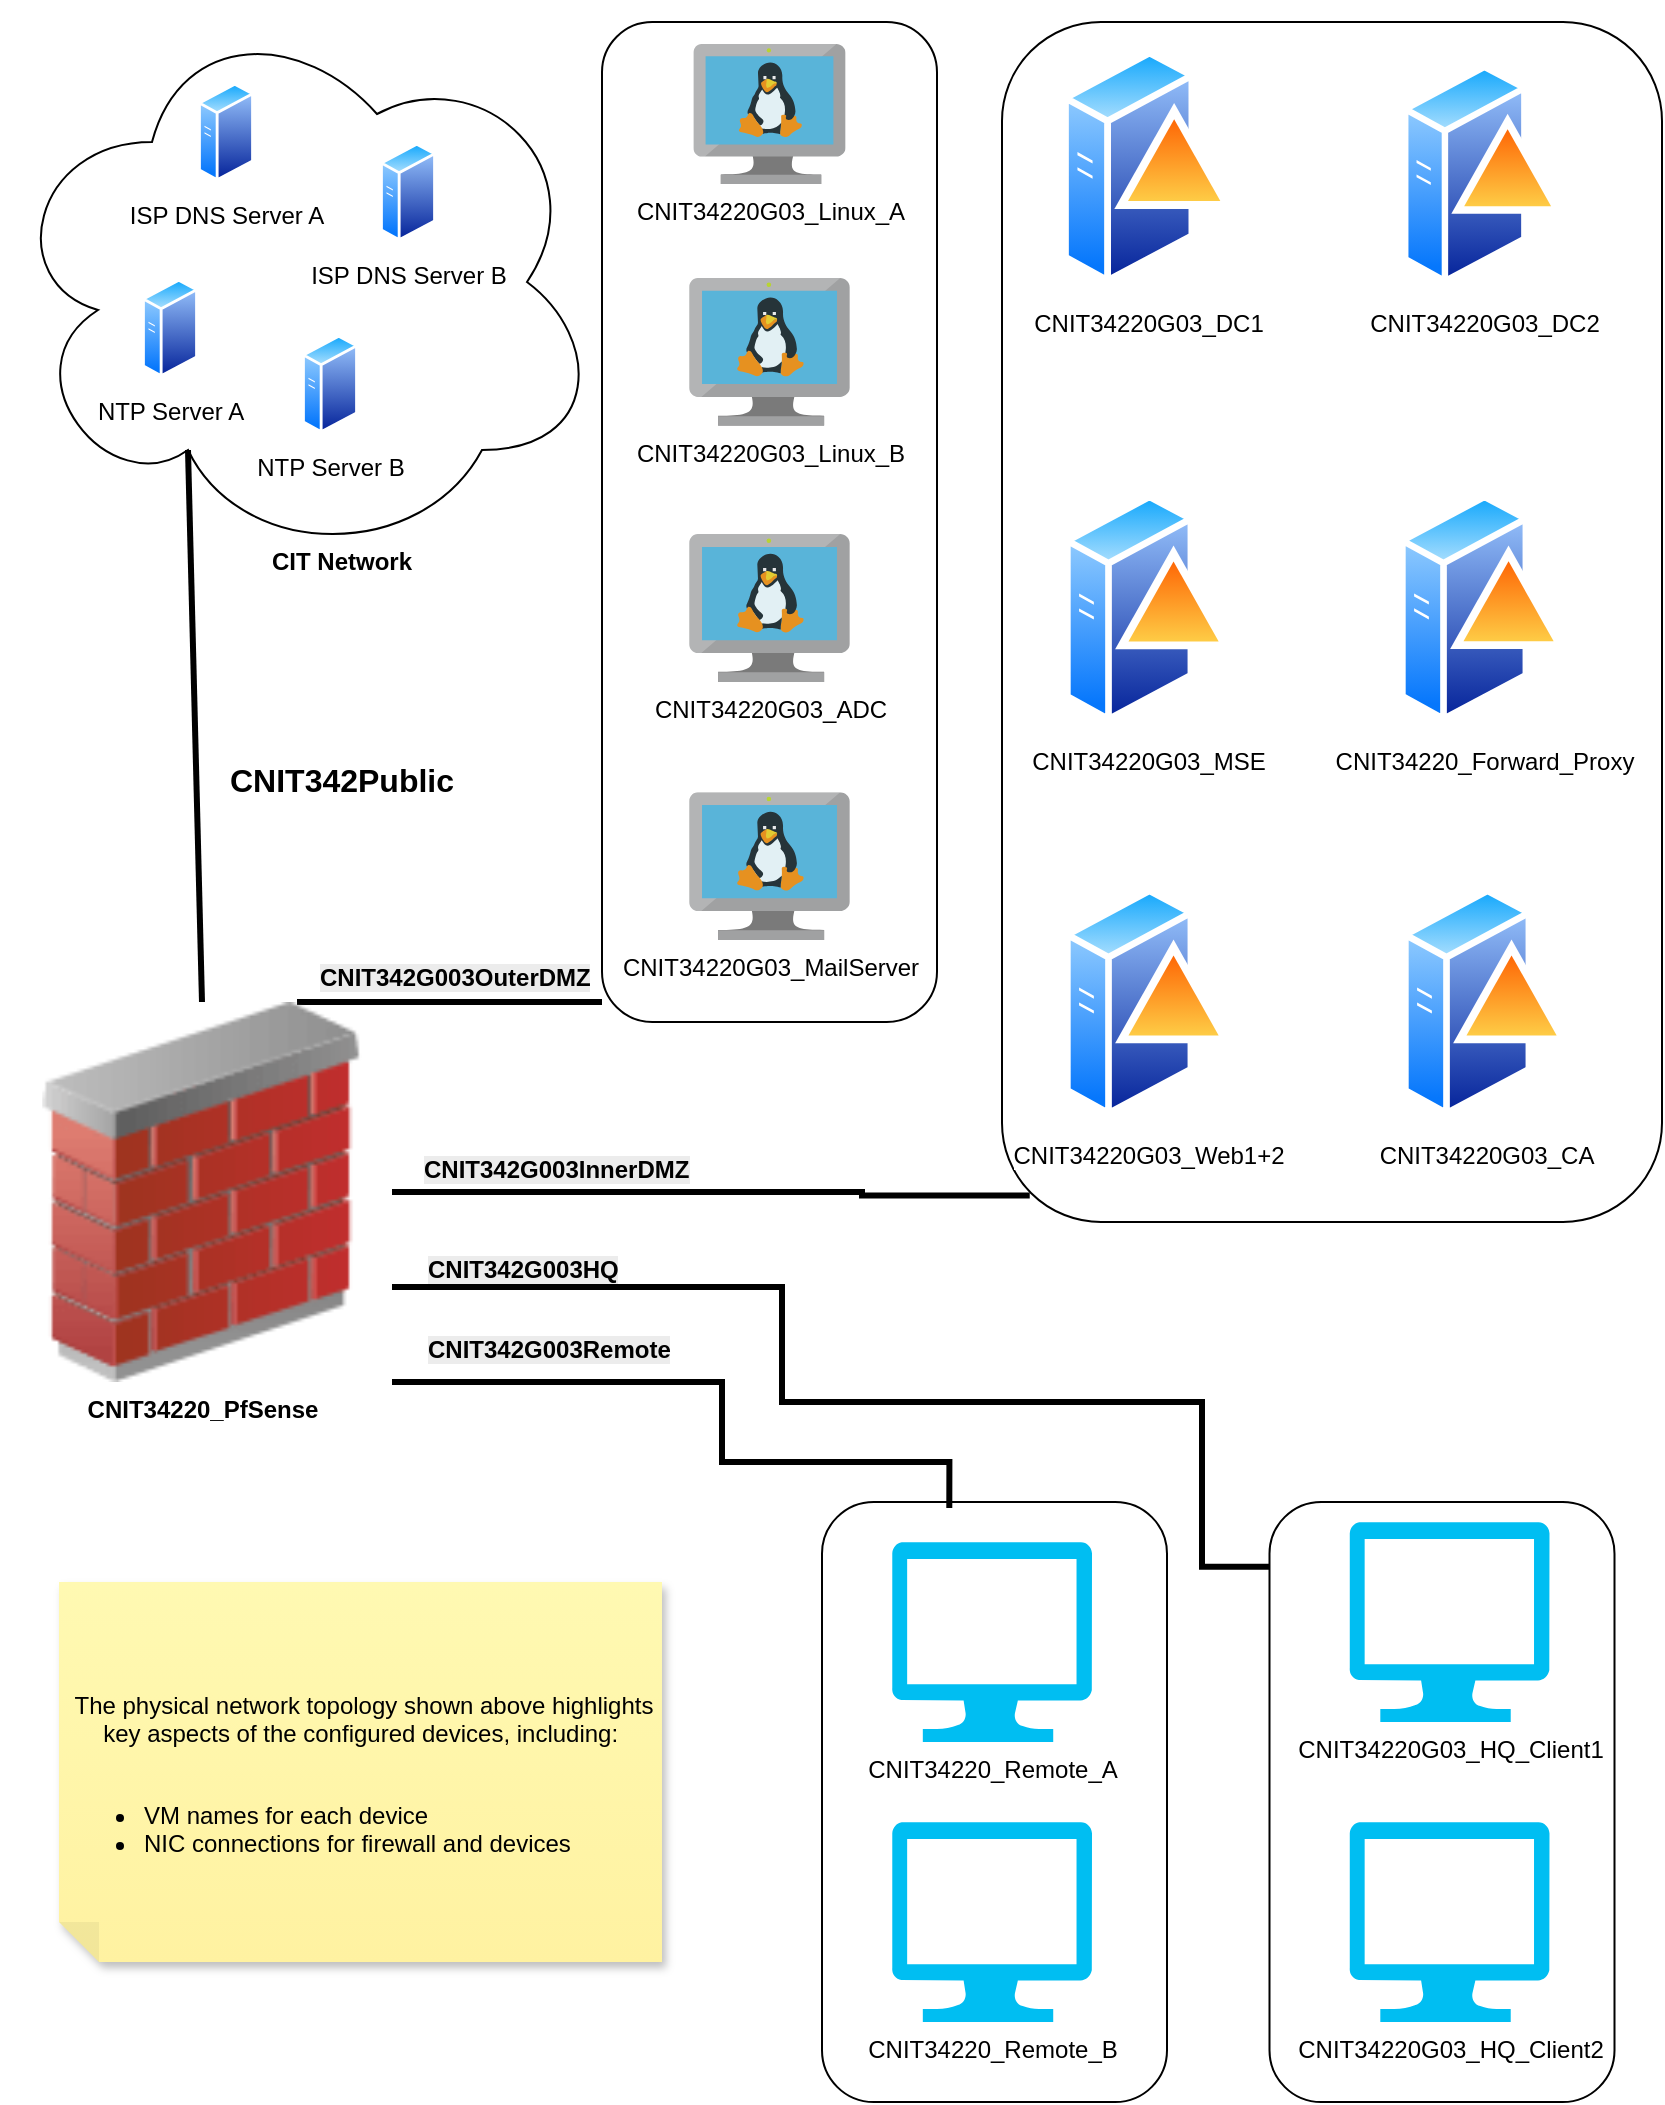
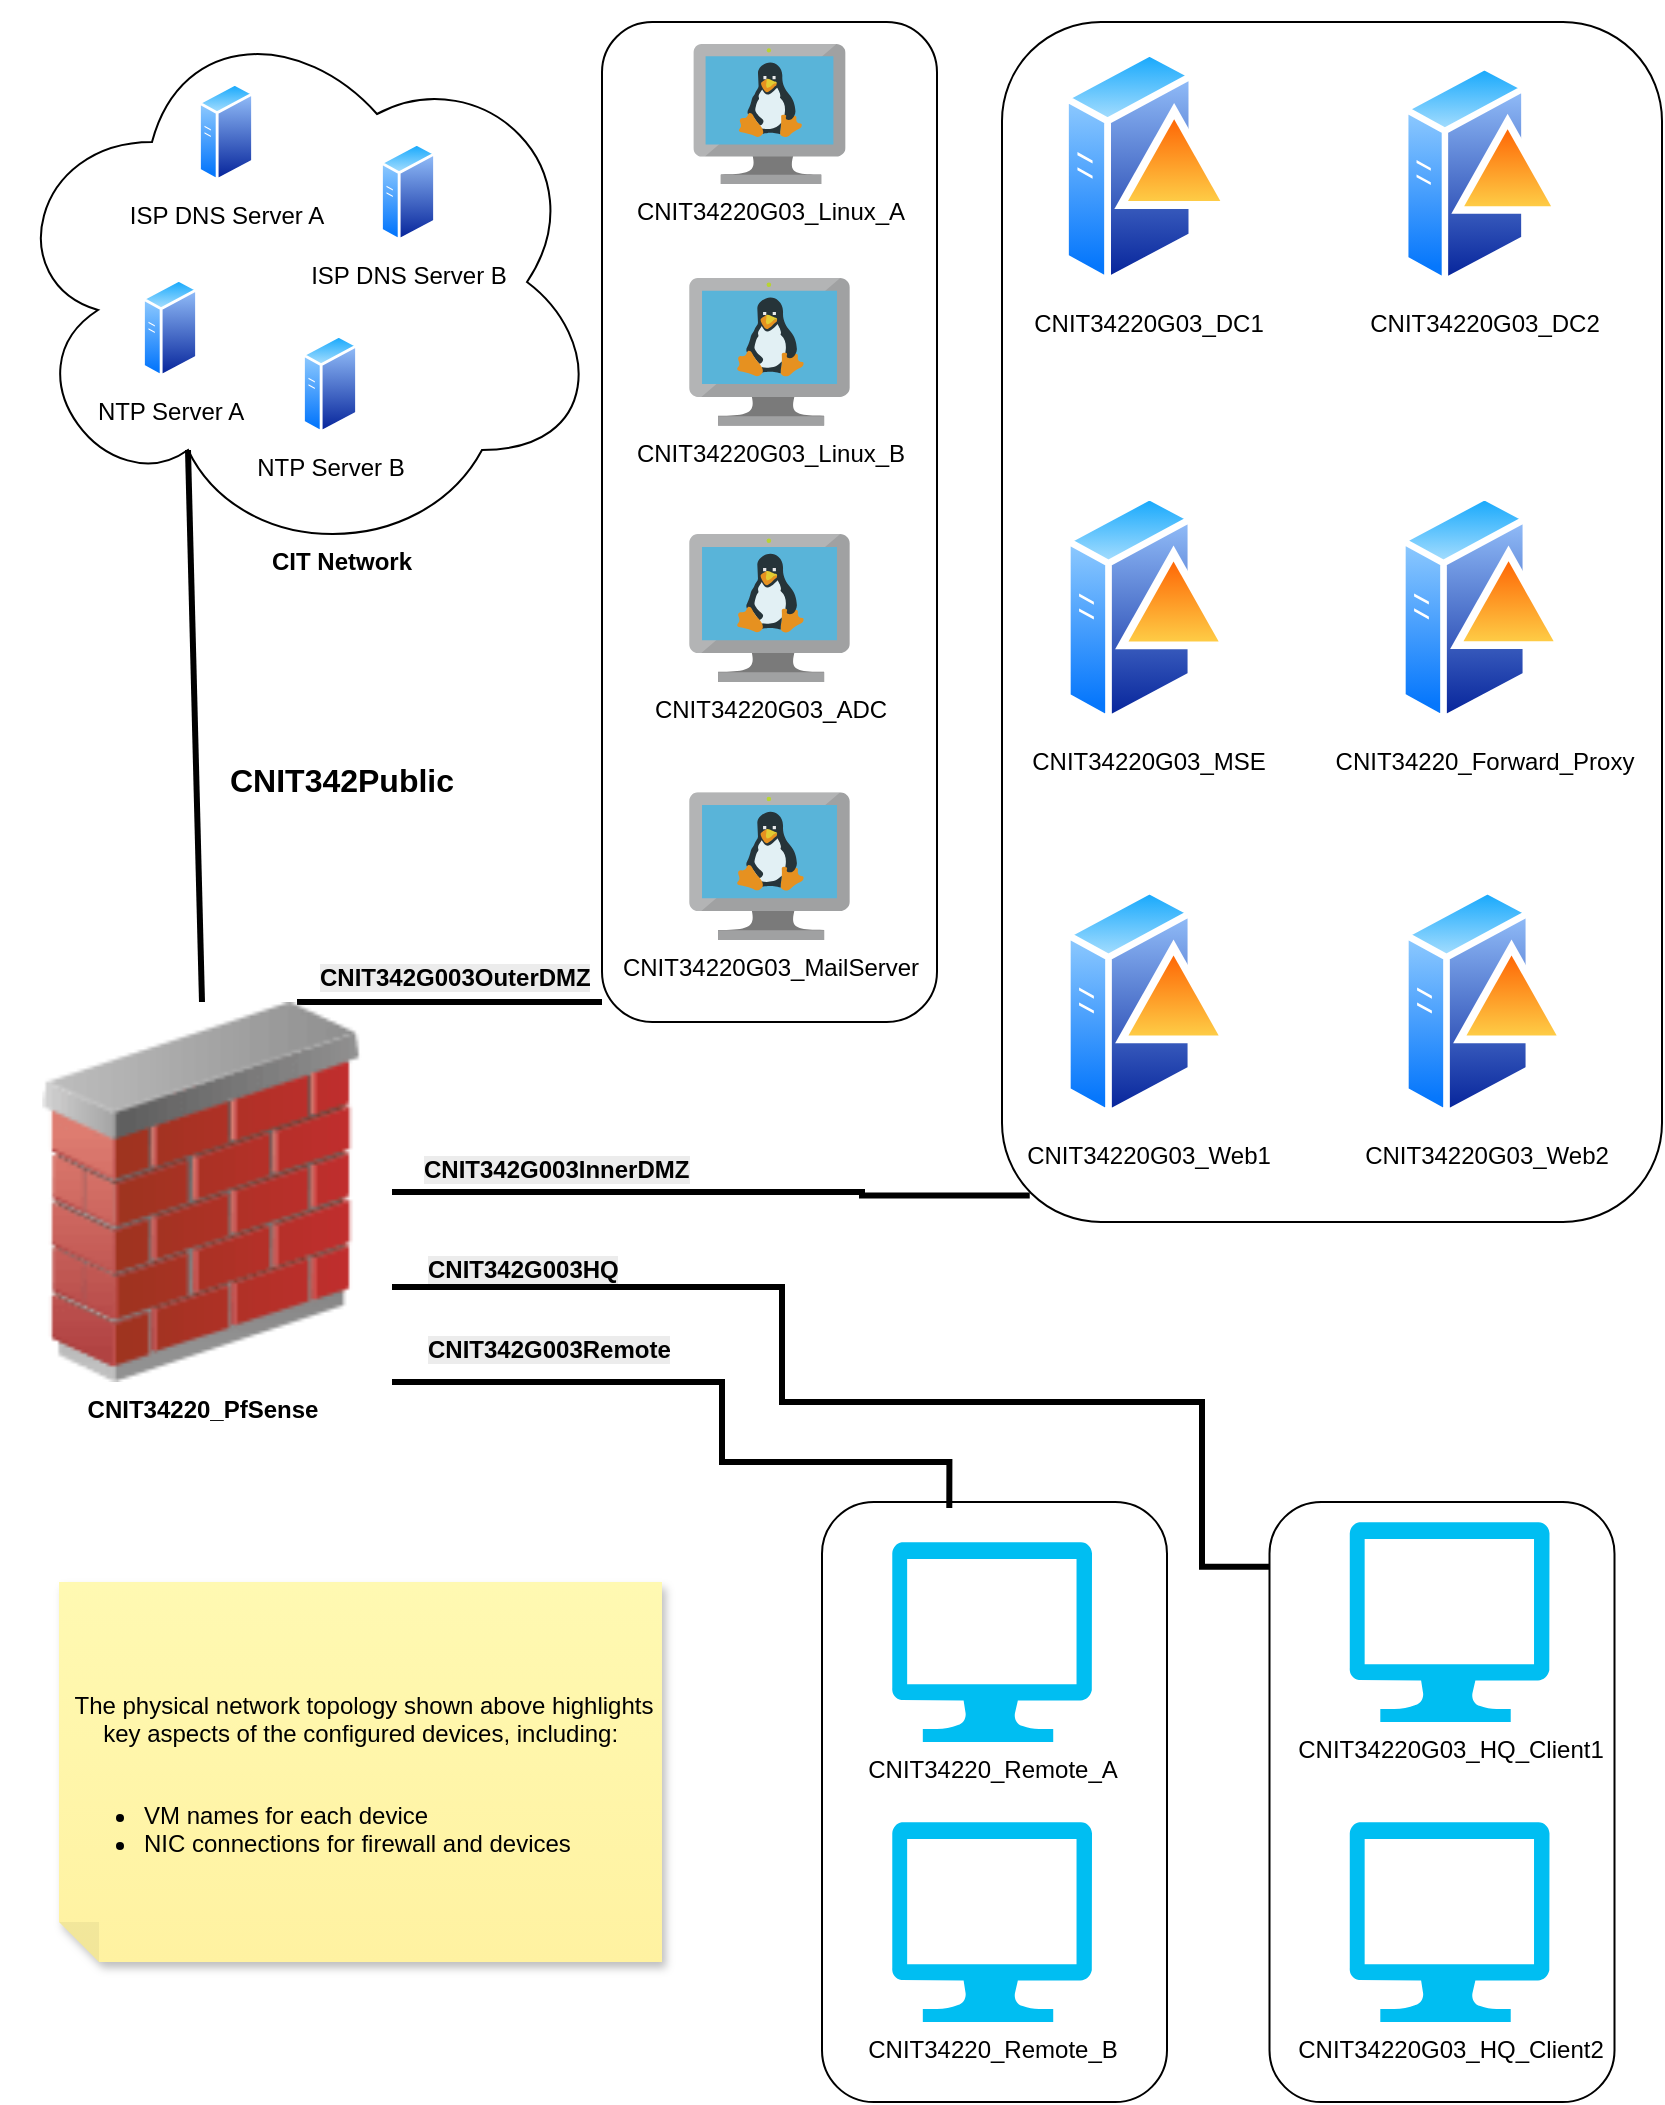
<mxfile host="app.diagrams.net" agent="Mozilla/5.0 (Windows NT 10.0; Win64; x64) AppleWebKit/537.36 (KHTML, like Gecko) Chrome/146.0.0.0 Safari/537.36">
  <diagram name="Page-1" id="LLxXh8Bos9mLMzlW9-cS">
    <mxGraphModel dx="900" dy="1122" grid="1" gridSize="10" guides="1" tooltips="1" connect="1" arrows="1" fold="1" page="1" pageScale="1" pageWidth="850" pageHeight="1100" math="0" shadow="0">
      <root>
        <mxCell id="0" />
        <mxCell id="1" parent="0" />
        <mxCell id="KjMrdtRbTa5HV9kNTz-4-63" parent="1" style="ellipse;shape=cloud;whiteSpace=wrap;html=1;fillColor=none;" value="" vertex="1">
          <mxGeometry height="280" width="300" as="geometry" />
        </mxCell>
        <mxCell id="KjMrdtRbTa5HV9kNTz-4-50" parent="1" style="rounded=1;whiteSpace=wrap;html=1;fillColor=none;" value="" vertex="1">
          <mxGeometry height="300" width="172.5" x="633.75" y="750" as="geometry" />
        </mxCell>
        <mxCell id="KjMrdtRbTa5HV9kNTz-4-51" parent="1" style="rounded=1;whiteSpace=wrap;html=1;fillColor=none;" value="" vertex="1">
          <mxGeometry height="300" width="172.5" x="410" y="750" as="geometry" />
        </mxCell>
        <mxCell id="KjMrdtRbTa5HV9kNTz-4-48" parent="1" style="rounded=1;whiteSpace=wrap;html=1;fillColor=none;" value="" vertex="1">
          <mxGeometry height="500" width="167.5" x="300" y="10" as="geometry" />
        </mxCell>
        <mxCell id="KjMrdtRbTa5HV9kNTz-4-49" parent="1" style="rounded=1;whiteSpace=wrap;html=1;fillColor=none;" value="" vertex="1">
          <mxGeometry height="600" width="330" x="500" y="10" as="geometry" />
        </mxCell>
        <mxCell id="KjMrdtRbTa5HV9kNTz-4-23" parent="1" style="image;aspect=fixed;perimeter=ellipsePerimeter;html=1;align=center;shadow=0;dashed=0;spacingTop=3;image=img/lib/active_directory/domain_controller.svg;" value="CNIT34220G03_DC1" vertex="1">
          <mxGeometry height="122.86" width="86" x="530" y="21" as="geometry" />
        </mxCell>
        <mxCell id="KjMrdtRbTa5HV9kNTz-4-24" parent="1" style="image;aspect=fixed;perimeter=ellipsePerimeter;html=1;align=center;shadow=0;dashed=0;spacingTop=3;image=img/lib/active_directory/domain_controller.svg;" value="CNIT34220G03_DC2" vertex="1">
          <mxGeometry height="115.72" width="81" x="700" y="28.139999999999972" as="geometry" />
        </mxCell>
        <mxCell id="KjMrdtRbTa5HV9kNTz-4-25" parent="1" style="verticalLabelPosition=bottom;html=1;verticalAlign=top;align=center;strokeColor=none;fillColor=#00BEF2;shape=mxgraph.azure.computer;pointerEvents=1;" value="CNIT34220_Remote_A" vertex="1">
          <mxGeometry height="100" width="100" x="445" y="770" as="geometry" />
        </mxCell>
        <mxCell id="KjMrdtRbTa5HV9kNTz-4-26" parent="1" style="verticalLabelPosition=bottom;html=1;verticalAlign=top;align=center;strokeColor=none;fillColor=#00BEF2;shape=mxgraph.azure.computer;pointerEvents=1;" value="CNIT34220_Remote_B" vertex="1">
          <mxGeometry height="100" width="100" x="445" y="910" as="geometry" />
        </mxCell>
        <mxCell id="KjMrdtRbTa5HV9kNTz-4-27" parent="1" style="verticalLabelPosition=bottom;html=1;verticalAlign=top;align=center;strokeColor=none;fillColor=#00BEF2;shape=mxgraph.azure.computer;pointerEvents=1;" value="CNIT34220G03_HQ_Client1" vertex="1">
          <mxGeometry height="100" width="100" x="673.75" y="760" as="geometry" />
        </mxCell>
        <mxCell id="KjMrdtRbTa5HV9kNTz-4-28" parent="1" style="verticalLabelPosition=bottom;html=1;verticalAlign=top;align=center;strokeColor=none;fillColor=#00BEF2;shape=mxgraph.azure.computer;pointerEvents=1;" value="CNIT34220G03_HQ_Client2" vertex="1">
          <mxGeometry height="100" width="100" x="673.75" y="910" as="geometry" />
        </mxCell>
        <mxCell id="KjMrdtRbTa5HV9kNTz-4-32" parent="1" style="image;sketch=0;aspect=fixed;html=1;points=[];align=center;fontSize=12;image=img/lib/mscae/VM_Linux.svg;" value="CNIT34220G03_Linux_A" vertex="1">
          <mxGeometry height="70" width="76.08" x="345.71" y="21" as="geometry" />
        </mxCell>
        <mxCell id="KjMrdtRbTa5HV9kNTz-4-33" parent="1" style="image;sketch=0;aspect=fixed;html=1;points=[];align=center;fontSize=12;image=img/lib/mscae/VM_Linux.svg;fontStyle=1" value="&lt;span style=&quot;font-weight: 400;&quot;&gt;CNIT34220G03_MailServer&lt;/span&gt;" vertex="1">
          <mxGeometry height="73.9" width="80.32" x="343.59" y="395.09999999999997" as="geometry" />
        </mxCell>
        <mxCell id="KjMrdtRbTa5HV9kNTz-4-36" edge="1" parent="1" source="KjMrdtRbTa5HV9kNTz-4-40" style="edgeStyle=orthogonalEdgeStyle;rounded=0;orthogonalLoop=1;jettySize=auto;html=1;exitX=0.75;exitY=0;exitDx=0;exitDy=0;endArrow=none;endFill=0;strokeWidth=3;">
          <mxGeometry relative="1" as="geometry">
            <Array as="points">
              <mxPoint x="300" y="500" />
              <mxPoint x="300" y="500" />
            </Array>
            <mxPoint x="300" y="500" as="targetPoint" />
          </mxGeometry>
        </mxCell>
        <mxCell id="KjMrdtRbTa5HV9kNTz-4-37" edge="1" parent="1" source="KjMrdtRbTa5HV9kNTz-4-40" style="edgeStyle=orthogonalEdgeStyle;rounded=0;orthogonalLoop=1;jettySize=auto;html=1;entryX=0.042;entryY=0.978;entryDx=0;entryDy=0;endArrow=none;endFill=0;strokeWidth=3;exitX=1;exitY=0.5;exitDx=0;exitDy=0;entryPerimeter=0;" target="KjMrdtRbTa5HV9kNTz-4-49">
          <mxGeometry relative="1" as="geometry">
            <Array as="points">
              <mxPoint x="430" y="595" />
              <mxPoint x="430" y="597" />
            </Array>
            <mxPoint x="220" y="488" as="sourcePoint" />
            <mxPoint x="607.5" y="392.5000000000002" as="targetPoint" />
          </mxGeometry>
        </mxCell>
        <mxCell id="KjMrdtRbTa5HV9kNTz-4-38" edge="1" parent="1" source="KjMrdtRbTa5HV9kNTz-4-40" style="edgeStyle=orthogonalEdgeStyle;rounded=0;orthogonalLoop=1;jettySize=auto;html=1;exitX=1;exitY=0.75;exitDx=0;exitDy=0;entryX=0;entryY=0.108;entryDx=0;entryDy=0;endArrow=none;endFill=0;strokeWidth=3;entryPerimeter=0;" target="KjMrdtRbTa5HV9kNTz-4-50">
          <mxGeometry relative="1" as="geometry">
            <Array as="points">
              <mxPoint x="390" y="643" />
              <mxPoint x="390" y="700" />
              <mxPoint x="600" y="700" />
              <mxPoint x="600" y="782" />
            </Array>
            <mxPoint x="617.5" y="682.4999999999998" as="targetPoint" />
          </mxGeometry>
        </mxCell>
        <mxCell id="KjMrdtRbTa5HV9kNTz-4-39" edge="1" parent="1" source="KjMrdtRbTa5HV9kNTz-4-40" style="edgeStyle=orthogonalEdgeStyle;rounded=0;orthogonalLoop=1;jettySize=auto;html=1;exitX=1;exitY=1;exitDx=0;exitDy=0;entryX=0.369;entryY=0.01;entryDx=0;entryDy=0;endArrow=none;endFill=0;strokeWidth=3;entryPerimeter=0;" target="KjMrdtRbTa5HV9kNTz-4-51">
          <mxGeometry relative="1" as="geometry">
            <Array as="points">
              <mxPoint x="360" y="690" />
              <mxPoint x="360" y="730" />
              <mxPoint x="474" y="730" />
            </Array>
            <mxPoint x="345" y="719.9999999999998" as="targetPoint" />
          </mxGeometry>
        </mxCell>
        <mxCell id="KjMrdtRbTa5HV9kNTz-4-40" parent="1" style="image;html=1;image=img/lib/clip_art/networking/Firewall_02_128x128.png" value="&lt;b&gt;CNIT34220_PfSense&lt;/b&gt;" vertex="1">
          <mxGeometry height="190" width="190" x="5" y="500" as="geometry" />
        </mxCell>
        <mxCell id="KjMrdtRbTa5HV9kNTz-4-54" parent="1" style="text;whiteSpace=wrap;html=1;" value="&lt;b style=&quot;forced-color-adjust: none; color: rgb(0, 0, 0); font-family: Helvetica; font-size: 12px; font-style: normal; font-variant-ligatures: normal; font-variant-caps: normal; letter-spacing: normal; orphans: 2; text-align: center; text-indent: 0px; text-transform: none; widows: 2; word-spacing: 0px; -webkit-text-stroke-width: 0px; white-space: normal; background-color: rgb(236, 236, 236); text-decoration-thickness: initial; text-decoration-style: initial; text-decoration-color: initial;&quot;&gt;CNIT342G003OuterDMZ&lt;/b&gt;" vertex="1">
          <mxGeometry height="40" width="100" x="156.5" y="474" as="geometry" />
        </mxCell>
        <mxCell id="KjMrdtRbTa5HV9kNTz-4-55" parent="1" style="text;whiteSpace=wrap;html=1;" value="&lt;b style=&quot;forced-color-adjust: none; color: rgb(0, 0, 0); font-family: Helvetica; font-size: 12px; font-style: normal; font-variant-ligatures: normal; font-variant-caps: normal; letter-spacing: normal; orphans: 2; text-align: center; text-indent: 0px; text-transform: none; widows: 2; word-spacing: 0px; -webkit-text-stroke-width: 0px; white-space: normal; background-color: rgb(236, 236, 236); text-decoration-thickness: initial; text-decoration-style: initial; text-decoration-color: initial;&quot;&gt;CNIT342G003InnerDMZ&lt;/b&gt;" vertex="1">
          <mxGeometry height="40" width="100" x="209" y="570" as="geometry" />
        </mxCell>
        <mxCell id="KjMrdtRbTa5HV9kNTz-4-56" parent="1" style="text;whiteSpace=wrap;html=1;" value="&lt;b style=&quot;forced-color-adjust: none; color: rgb(0, 0, 0); font-family: Helvetica; font-size: 12px; font-style: normal; font-variant-ligatures: normal; font-variant-caps: normal; letter-spacing: normal; orphans: 2; text-align: center; text-indent: 0px; text-transform: none; widows: 2; word-spacing: 0px; -webkit-text-stroke-width: 0px; white-space: normal; background-color: rgb(236, 236, 236); text-decoration-thickness: initial; text-decoration-style: initial; text-decoration-color: initial;&quot;&gt;CNIT342G003HQ&lt;/b&gt;" vertex="1">
          <mxGeometry height="40" width="100" x="211" y="620" as="geometry" />
        </mxCell>
        <mxCell id="KjMrdtRbTa5HV9kNTz-4-57" parent="1" style="text;whiteSpace=wrap;html=1;" value="&lt;b style=&quot;forced-color-adjust: none; color: rgb(0, 0, 0); font-family: Helvetica; font-size: 12px; font-style: normal; font-variant-ligatures: normal; font-variant-caps: normal; letter-spacing: normal; orphans: 2; text-align: center; text-indent: 0px; text-transform: none; widows: 2; word-spacing: 0px; -webkit-text-stroke-width: 0px; white-space: normal; background-color: rgb(236, 236, 236); text-decoration-thickness: initial; text-decoration-style: initial; text-decoration-color: initial;&quot;&gt;CNIT342G003Remote&lt;/b&gt;" vertex="1">
          <mxGeometry height="30" width="75" x="211" y="660" as="geometry" />
        </mxCell>
        <mxCell id="KjMrdtRbTa5HV9kNTz-4-60" parent="1" style="image;aspect=fixed;perimeter=ellipsePerimeter;html=1;align=center;shadow=0;dashed=0;spacingTop=3;image=img/lib/active_directory/generic_server.svg;fontStyle=0" value="&lt;span&gt;ISP DNS Server A&lt;/span&gt;" vertex="1">
          <mxGeometry height="50" width="28" x="98" y="40" as="geometry" />
        </mxCell>
        <mxCell id="KjMrdtRbTa5HV9kNTz-4-62" parent="1" style="text;html=1;whiteSpace=wrap;strokeColor=none;fillColor=none;align=center;verticalAlign=middle;rounded=0;" value="&lt;b&gt;CIT Network&lt;/b&gt;" vertex="1">
          <mxGeometry height="30" width="90" x="125" y="265" as="geometry" />
        </mxCell>
        <mxCell id="KjMrdtRbTa5HV9kNTz-4-64" edge="1" parent="1" source="KjMrdtRbTa5HV9kNTz-4-40" style="edgeStyle=none;curved=1;rounded=0;orthogonalLoop=1;jettySize=auto;html=1;exitX=0.5;exitY=0;exitDx=0;exitDy=0;entryX=0.31;entryY=0.8;entryDx=0;entryDy=0;entryPerimeter=0;fontSize=12;startSize=8;endSize=8;strokeWidth=3;endArrow=none;endFill=0;" target="KjMrdtRbTa5HV9kNTz-4-63">
          <mxGeometry relative="1" as="geometry" />
        </mxCell>
        <mxCell id="KjMrdtRbTa5HV9kNTz-4-65" parent="1" style="text;html=1;whiteSpace=wrap;strokeColor=none;fillColor=none;align=center;verticalAlign=middle;rounded=0;fontSize=16;" value="&lt;b&gt;CNIT342Public&lt;/b&gt;" vertex="1">
          <mxGeometry height="60" width="140" x="100" y="358.95" as="geometry" />
        </mxCell>
        <mxCell id="yG8P1Iu5Pt4KOUD89LgE-5" parent="1" style="image;aspect=fixed;perimeter=ellipsePerimeter;html=1;align=center;shadow=0;dashed=0;spacingTop=3;image=img/lib/active_directory/domain_controller.svg;" value="CNIT34220G03_MSE" vertex="1">
          <mxGeometry height="120" width="84" x="531" y="243" as="geometry" />
        </mxCell>
        <mxCell id="yG8P1Iu5Pt4KOUD89LgE-12" parent="1" style="image;sketch=0;aspect=fixed;html=1;points=[];align=center;fontSize=12;image=img/lib/mscae/VM_Linux.svg;fontStyle=1" value="&lt;span style=&quot;font-weight: 400;&quot;&gt;CNIT34220G03_Linux_B&lt;/span&gt;" vertex="1">
          <mxGeometry height="73.9" width="80.32" x="343.59" y="138.00000000000003" as="geometry" />
        </mxCell>
        <mxCell id="yG8P1Iu5Pt4KOUD89LgE-18" parent="1" style="image;aspect=fixed;perimeter=ellipsePerimeter;html=1;align=center;shadow=0;dashed=0;spacingTop=3;image=img/lib/active_directory/generic_server.svg;fontStyle=0" value="&lt;span&gt;ISP DNS Server B&lt;/span&gt;" vertex="1">
          <mxGeometry height="50" width="28" x="189" y="70" as="geometry" />
        </mxCell>
        <mxCell id="yG8P1Iu5Pt4KOUD89LgE-19" parent="1" style="image;aspect=fixed;perimeter=ellipsePerimeter;html=1;align=center;shadow=0;dashed=0;spacingTop=3;image=img/lib/active_directory/generic_server.svg;fontStyle=0" value="NTP Server B" vertex="1">
          <mxGeometry height="50" width="28" x="150" y="166" as="geometry" />
        </mxCell>
        <mxCell id="yG8P1Iu5Pt4KOUD89LgE-20" parent="1" style="image;aspect=fixed;perimeter=ellipsePerimeter;html=1;align=center;shadow=0;dashed=0;spacingTop=3;image=img/lib/active_directory/generic_server.svg;fontStyle=0" value="NTP Server A" vertex="1">
          <mxGeometry height="50" width="28" x="70" y="138" as="geometry" />
        </mxCell>
        <mxCell id="mcOl2xob3SypeuudFTY0-1" parent="1" style="image;sketch=0;aspect=fixed;html=1;points=[];align=center;fontSize=12;image=img/lib/mscae/VM_Linux.svg;fontStyle=1" value="&lt;span style=&quot;font-weight: 400;&quot;&gt;CNIT34220G03_ADC&lt;/span&gt;" vertex="1">
          <mxGeometry height="73.9" width="80.32" x="343.59000000000003" y="266.05" as="geometry" />
        </mxCell>
        <mxCell id="mcOl2xob3SypeuudFTY0-2" parent="1" style="image;aspect=fixed;perimeter=ellipsePerimeter;html=1;align=center;shadow=0;dashed=0;spacingTop=3;image=img/lib/active_directory/domain_controller.svg;" value="CNIT34220_Forward_Proxy" vertex="1">
          <mxGeometry height="120" width="84" x="698.5" y="242.95" as="geometry" />
        </mxCell>
-         <mxCell id="mcOl2xob3SypeuudFTY0-3" parent="1" style="image;aspect=fixed;perimeter=ellipsePerimeter;html=1;align=center;shadow=0;dashed=0;spacingTop=3;image=img/lib/active_directory/domain_controller.svg;" value="CNIT34220G03_CA" vertex="1">
+         <mxCell id="mcOl2xob3SypeuudFTY0-3" parent="1" style="image;aspect=fixed;perimeter=ellipsePerimeter;html=1;align=center;shadow=0;dashed=0;spacingTop=3;image=img/lib/active_directory/domain_controller.svg;" value="CNIT34220G03_Web2" vertex="1">
          <mxGeometry height="120" width="84" x="700" y="440" as="geometry" />
        </mxCell>
-         <mxCell id="mcOl2xob3SypeuudFTY0-4" parent="1" style="image;aspect=fixed;perimeter=ellipsePerimeter;html=1;align=center;shadow=0;dashed=0;spacingTop=3;image=img/lib/active_directory/domain_controller.svg;" value="CNIT34220G03_Web1+2" vertex="1">
+         <mxCell id="mcOl2xob3SypeuudFTY0-4" parent="1" style="image;aspect=fixed;perimeter=ellipsePerimeter;html=1;align=center;shadow=0;dashed=0;spacingTop=3;image=img/lib/active_directory/domain_controller.svg;" value="CNIT34220G03_Web1" vertex="1">
          <mxGeometry height="120" width="84" x="531" y="440" as="geometry" />
        </mxCell>
        <mxCell id="BqP85tvzOlq812hC0xbc-1" parent="1" style="shape=note;whiteSpace=wrap;html=1;backgroundOutline=1;fontColor=#000000;darkOpacity=0.05;fillColor=#FFF9B2;strokeColor=none;fillStyle=solid;direction=west;gradientDirection=north;gradientColor=#FFF2A1;shadow=1;size=20;pointerEvents=1;align=left;" value="&lt;div style=&quot;text-align: center;&quot;&gt;&lt;span style=&quot;background-color: transparent; color: light-dark(rgb(0, 0, 0), rgb(237, 237, 237));&quot;&gt;&lt;br&gt;&lt;/span&gt;&lt;/div&gt;&lt;div style=&quot;text-align: center;&quot;&gt;&lt;span style=&quot;background-color: transparent; color: light-dark(rgb(0, 0, 0), rgb(237, 237, 237));&quot;&gt;&lt;br&gt;&lt;/span&gt;&lt;/div&gt;&lt;div style=&quot;text-align: center;&quot;&gt;&lt;span style=&quot;background-color: transparent; color: light-dark(rgb(0, 0, 0), rgb(237, 237, 237));&quot;&gt;&lt;br&gt;&lt;/span&gt;&lt;/div&gt;&lt;div style=&quot;text-align: center;&quot;&gt;&lt;span style=&quot;background-color: transparent; color: light-dark(rgb(0, 0, 0), rgb(237, 237, 237));&quot;&gt;The physical network topology shown above highlights key aspects of the configured devices, including:&amp;nbsp;&lt;/span&gt;&lt;/div&gt;&lt;div&gt;&lt;br&gt;&lt;ul&gt;&lt;li&gt;VM names for each device&lt;/li&gt;&lt;li&gt;NIC connections for firewall and devices&lt;/li&gt;&lt;/ul&gt;&lt;br&gt;&lt;br&gt;&lt;/div&gt;" vertex="1">
          <mxGeometry height="190" width="301.5" x="28.5" y="790" as="geometry" />
        </mxCell>
      </root>
    </mxGraphModel>
  </diagram>
</mxfile>
